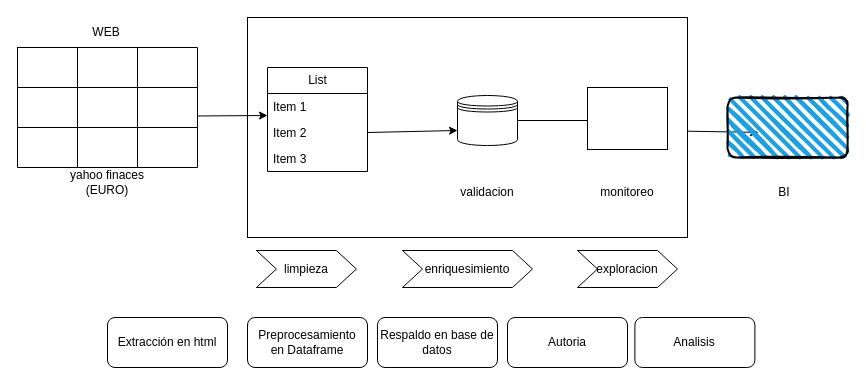
KenRoyy/scrapping keeps this draw.io diagram as docs/arquitectura.drawio. Above is the earlier version. Source tidied: cells renumbered, new cells numbered last; positions are measured from the earlier drawing's top-left corner, leaving out a move shared by most shapes. Both pictures are drawn from the tidied source at 100%, with x=0, y=0 at pixel (17, 17).
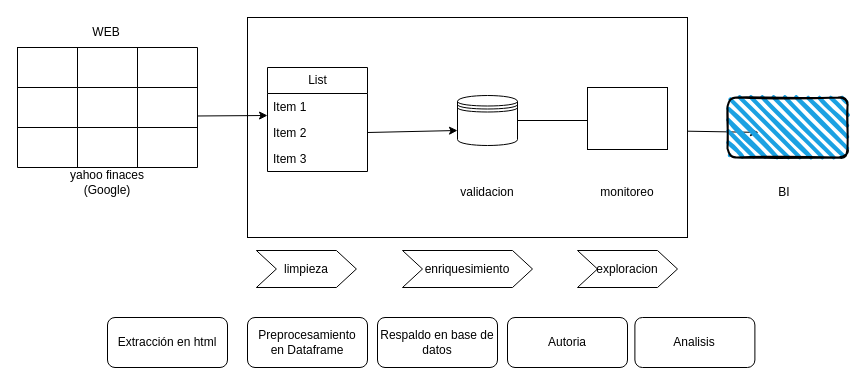
The same diagram, later.

The edit, as a diff of the source:
```diff
@@
-    <mxCell id="7" value="yahoo finaces (EURO)" style="text;html=1;align=center;verticalAlign=middle;whiteSpace=wrap;rounded=0;" parent="1" vertex="1">
+    <mxCell id="7" value="yahoo finaces (Google)" style="text;html=1;align=center;verticalAlign=middle;whiteSpace=wrap;rounded=0;" parent="1" vertex="1">
       <mxGeometry x="30" y="150" width="120" height="30" as="geometry" />
     </mxCell>
```
